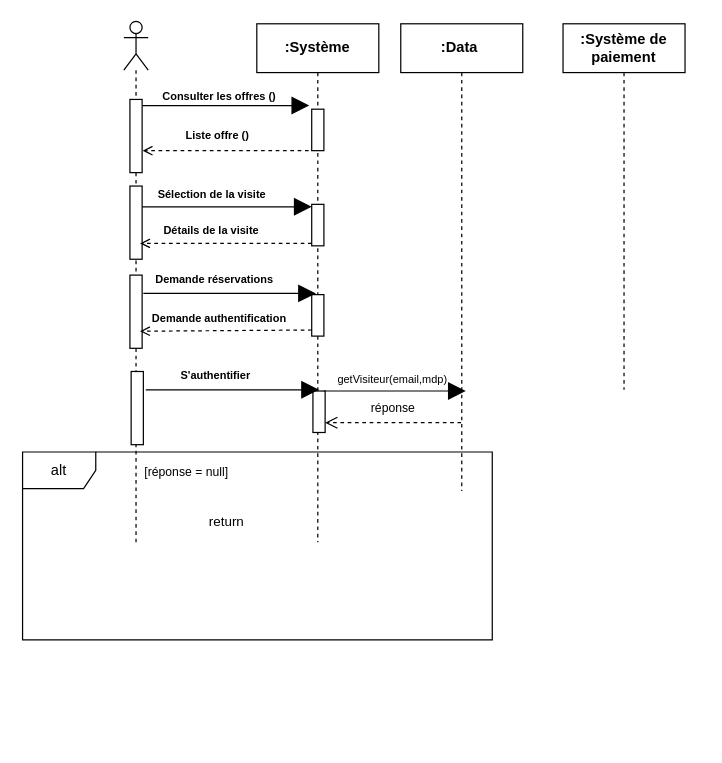
Above: Diagramme sans nom.drawio in louis-fresnel99/TpGasaL1 (draw.io), before the change. Source tidied: cells renumbered, new cells numbered last; positions are measured from the earlier drawing's top-left corner, leaving out a move shared by most shapes. Both pictures are drawn from the tidied source at 122%, with x=0, y=0 at pixel (22, 21).
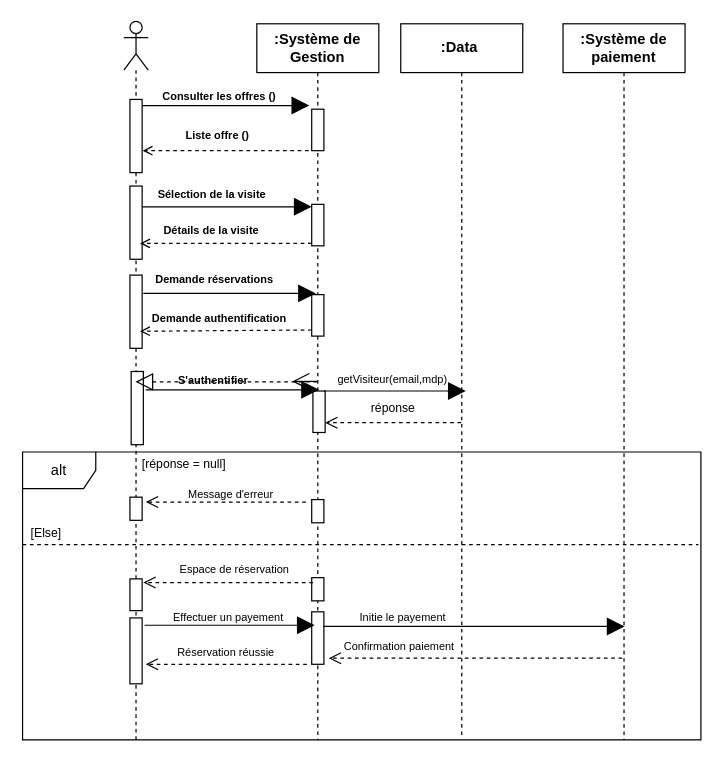
The same diagram, later.

Commit message (it also covers changes not shown here):
Mettre à jour Diagramme sans nom.drawio

What changed in the source:
```diff
@@
     <mxCell id="2" value="alt" style="shape=umlFrame;whiteSpace=wrap;html=1;labelBorderColor=none;fillColor=light-dark(#FFFFFF,#FFFFFF);fontColor=light-dark(#000000,#000000);strokeColor=light-dark(#000000,#000000);" parent="1" vertex="1">
-      <mxGeometry y="353" width="385" height="154" as="geometry" />
+      <mxGeometry y="353" width="556" height="236" as="geometry" />
     </mxCell>
-    <mxCell id="3" value="&lt;b&gt;:Système&lt;/b&gt;" style="shape=umlLifeline;perimeter=lifelinePerimeter;whiteSpace=wrap;html=1;outlineConnect=0;portConstraint=eastwest;newEdgeStyle={&quot;edgeStyle&quot;:&quot;elbowEdgeStyle&quot;,&quot;elbow&quot;:&quot;vertical&quot;,&quot;curved&quot;:0,&quot;rounded&quot;:0};fillColor=light-dark(#FFFFFF, #ffffff);strokeColor=light-dark(#000000,#000000);labelBackgroundColor=none;fontColor=light-dark(#000000,#000000);" parent="1" vertex="1">
-      <mxGeometry x="192" y="2" width="100" height="425" as="geometry" />
+    <mxCell id="3" value="&lt;b&gt;:Système de Gestion&lt;/b&gt;" style="shape=umlLifeline;perimeter=lifelinePerimeter;whiteSpace=wrap;html=1;outlineConnect=0;portConstraint=eastwest;newEdgeStyle={&quot;edgeStyle&quot;:&quot;elbowEdgeStyle&quot;,&quot;elbow&quot;:&quot;vertical&quot;,&quot;curved&quot;:0,&quot;rounded&quot;:0};fillColor=light-dark(#FFFFFF, #ffffff);strokeColor=light-dark(#000000,#000000);labelBackgroundColor=none;fontColor=light-dark(#000000,#000000);" parent="1" vertex="1">
+      <mxGeometry x="192" y="2" width="100" height="587" as="geometry" />
     </mxCell>
@@
+    <mxCell id="35" style="html=1;perimeter=orthogonalPerimeter;targetShapes=umlLifeline;newEdgeStyle={&quot;curved&quot;:0,&quot;rounded&quot;:0};fillColor=light-dark(#FFFFFF,#FFFFFF);strokeColor=light-dark(#000000,#000000);" parent="3" vertex="1">
+      <mxGeometry x="45" y="390" width="10" height="19" as="geometry" />
+    </mxCell>
+    <mxCell id="36" style="html=1;perimeter=orthogonalPerimeter;targetShapes=umlLifeline;newEdgeStyle={&quot;curved&quot;:0,&quot;rounded&quot;:0};fillColor=light-dark(#FFFFFF,#FFFFFF);strokeColor=light-dark(#000000,#000000);" parent="3" vertex="1">
+      <mxGeometry x="45" y="454" width="10" height="19" as="geometry" />
+    </mxCell>
+    <mxCell id="37" style="html=1;perimeter=orthogonalPerimeter;targetShapes=umlLifeline;newEdgeStyle={&quot;curved&quot;:0,&quot;rounded&quot;:0};fillColor=light-dark(#FFFFFF,#FFFFFF);strokeColor=light-dark(#000000,#000000);" parent="3" vertex="1">
+      <mxGeometry x="45" y="482" width="10" height="43" as="geometry" />
+    </mxCell>
     <mxCell id="7" style="shape=umlLifeline;perimeter=lifelinePerimeter;whiteSpace=wrap;html=1;outlineConnect=0;portConstraint=eastwest;newEdgeStyle={&quot;curved&quot;:0,&quot;rounded&quot;:0};participant=umlActor;fillColor=light-dark(#FFFFFF,#000000);strokeColor=light-dark(#000000,#000000);" parent="1" vertex="1">
-      <mxGeometry x="83" width="20" height="428" as="geometry" />
+      <mxGeometry x="83" width="20" height="590" as="geometry" />
     </mxCell>
@@
+    <mxCell id="38" style="html=1;perimeter=orthogonalPerimeter;targetShapes=umlLifeline;newEdgeStyle={&quot;curved&quot;:0,&quot;rounded&quot;:0};fillColor=light-dark(#FFFFFF,#FFFFFF);strokeColor=light-dark(#000000,#000000);" parent="7" vertex="1">
+      <mxGeometry x="5" y="390" width="10" height="19" as="geometry" />
+    </mxCell>
+    <mxCell id="39" style="html=1;perimeter=orthogonalPerimeter;targetShapes=umlLifeline;newEdgeStyle={&quot;curved&quot;:0,&quot;rounded&quot;:0};fillColor=light-dark(#FFFFFF,#FFFFFF);strokeColor=light-dark(#000000,#000000);" parent="7" vertex="1">
+      <mxGeometry x="5" y="457" width="10" height="26" as="geometry" />
+    </mxCell>
+    <mxCell id="40" style="html=1;perimeter=orthogonalPerimeter;targetShapes=umlLifeline;newEdgeStyle={&quot;curved&quot;:0,&quot;rounded&quot;:0};fillColor=light-dark(#FFFFFF,#FFFFFF);strokeColor=light-dark(#000000,#000000);" parent="7" vertex="1">
+      <mxGeometry x="5" y="489" width="10" height="54" as="geometry" />
+    </mxCell>
@@
     <mxCell id="12" value="&lt;b&gt;:Data&amp;nbsp;&lt;/b&gt;" style="shape=umlLifeline;perimeter=lifelinePerimeter;whiteSpace=wrap;html=1;outlineConnect=0;portConstraint=eastwest;newEdgeStyle={&quot;curved&quot;:0,&quot;rounded&quot;:0};fillColor=light-dark(#FFFFFF,#FFFFFF);fontColor=light-dark(#000000,#000000);strokeColor=light-dark(#000000,#000000);" parent="1" vertex="1">
-      <mxGeometry x="310" y="2" width="100" height="383" as="geometry" />
+      <mxGeometry x="310" y="2" width="100" height="586" as="geometry" />
     </mxCell>
     <mxCell id="13" value="&lt;b&gt;:Système de paiement&lt;/b&gt;" style="shape=umlLifeline;perimeter=lifelinePerimeter;whiteSpace=wrap;html=1;newEdgeStyle={&quot;curved&quot;:0,&quot;rounded&quot;:0};fillColor=light-dark(#FFFFFF,#FFFFFF);fontColor=light-dark(#000000,#000000);strokeColor=light-dark(#000000,#000000);" parent="1" vertex="1">
-      <mxGeometry x="443" y="2" width="100" height="300" as="geometry" />
+      <mxGeometry x="443" y="2" width="100" height="587" as="geometry" />
     </mxCell>
@@
-    <mxCell id="28" value="&lt;font style=&quot;color: light-dark(rgb(0, 0, 0), rgb(0, 0, 0)); font-size: 9px;&quot;&gt;&lt;b style=&quot;&quot;&gt;S'authentifier&lt;/b&gt;&lt;/font&gt;" style="text;html=1;align=center;verticalAlign=middle;whiteSpace=wrap;rounded=0;" parent="1" vertex="1">
-      <mxGeometry x="94.3" y="281" width="129" height="18" as="geometry" />
-    </mxCell>
@@
     <mxCell id="33" value="&lt;font style=&quot;color: light-dark(rgb(0, 0, 0), rgb(0, 0, 0)); font-size: 10px;&quot;&gt;[réponse = null]&amp;nbsp;&lt;/font&gt;" style="text;html=1;align=center;verticalAlign=middle;whiteSpace=wrap;rounded=0;" parent="1" vertex="1">
-      <mxGeometry x="75" y="354" width="122" height="30" as="geometry" />
+      <mxGeometry x="73" y="348" width="122" height="30" as="geometry" />
     </mxCell>
-    <mxCell id="34" value="&lt;font style=&quot;background-color: light-dark(rgb(255, 255, 255), rgb(255, 255, 255));&quot;&gt;return&lt;/font&gt;" style="html=1;verticalAlign=bottom;endArrow=open;dashed=1;endSize=8;curved=0;rounded=0;strokeColor=light-dark(#FFFFFF,#FFFFFF);" parent="1" edge="1">
-      <mxGeometry x="0.01" y="28" relative="1" as="geometry">
-        <mxPoint x="241.5" y="391" as="sourcePoint" />
-        <mxPoint x="93.3" y="391" as="targetPoint" />
-      </mxGeometry>
-    </mxCell>
+    <mxCell id="41" style="endArrow=block;dashed=1;endFill=0;endSize=12;html=1;rounded=0;" parent="1" edge="1" source="3" target="7">
+      <mxGeometry relative="1" as="geometry" />
+    </mxCell>
+    <mxCell id="42" style="endArrow=open;endFill=1;endSize=12;html=1;rounded=0;" parent="1" edge="1" source="28" target="7">
+      <mxGeometry relative="1" as="geometry" />
+    </mxCell>
+    <mxCell id="43" style="html=1;verticalAlign=bottom;endArrow=open;dashed=1;endSize=8;curved=0;rounded=0;strokeColor=light-dark(#000000,#000000);" parent="1" edge="1">
+      <mxGeometry relative="1" as="geometry">
+        <mxPoint x="232.2" y="394" as="sourcePoint" />
+        <mxPoint x="101" y="394" as="targetPoint" />
+      </mxGeometry>
+    </mxCell>
+    <mxCell id="44" value="&lt;font style=&quot;color: light-dark(rgb(0, 0, 0), rgb(0, 0, 0)); font-size: 9px;&quot;&gt;Message d'erreur&lt;/font&gt;" style="text;html=1;align=center;verticalAlign=middle;whiteSpace=wrap;rounded=0;" parent="1" vertex="1">
+      <mxGeometry x="134" y="378" width="74" height="17" as="geometry" />
+    </mxCell>
+    <mxCell id="45" style="line;strokeWidth=1;fillColor=none;align=left;verticalAlign=middle;spacingTop=-1;spacingLeft=3;spacingRight=3;labelPosition=right;strokeColor=light-dark(#000000,#000000);dashed=1;" parent="1" vertex="1">
+      <mxGeometry y="425" width="554" height="8" as="geometry" />
+    </mxCell>
+    <mxCell id="46" value="&lt;font style=&quot;color: light-dark(rgb(0, 0, 0), rgb(0, 0, 0)); font-size: 10px;&quot;&gt;[Else]&amp;nbsp;&lt;/font&gt;" style="text;html=1;align=center;verticalAlign=middle;whiteSpace=wrap;rounded=0;" parent="1" vertex="1">
+      <mxGeometry x="-1" y="409" width="44" height="19" as="geometry" />
+    </mxCell>
+    <mxCell id="47" style="html=1;verticalAlign=bottom;endArrow=open;dashed=1;endSize=8;curved=0;rounded=0;strokeColor=light-dark(#000000,#000000);" parent="1" edge="1">
+      <mxGeometry relative="1" as="geometry">
+        <mxPoint x="238" y="460" as="sourcePoint" />
+        <mxPoint x="99" y="460" as="targetPoint" />
+      </mxGeometry>
+    </mxCell>
+    <mxCell id="48" value="&lt;font style=&quot;color: light-dark(rgb(0, 0, 0), rgb(0, 0, 0)); font-size: 9px;&quot;&gt;Espace de réservation&lt;/font&gt;" style="text;html=1;align=center;verticalAlign=middle;whiteSpace=wrap;rounded=0;" parent="1" vertex="1">
+      <mxGeometry x="126.6" y="440" width="94.4" height="17" as="geometry" />
+    </mxCell>
+    <mxCell id="49" style="endArrow=block;endFill=1;endSize=12;html=1;rounded=0;strokeColor=light-dark(#000000,#000000);" parent="1" edge="1">
+      <mxGeometry relative="1" as="geometry">
+        <mxPoint x="100" y="495" as="sourcePoint" />
+        <mxPoint x="239.5" y="495" as="targetPoint" />
+      </mxGeometry>
+    </mxCell>
+    <mxCell id="50" style="endArrow=open;endFill=1;endSize=12;html=1;rounded=0;" parent="1" edge="1" source="3" target="28">
+      <mxGeometry relative="1" as="geometry" />
+    </mxCell>
+    <mxCell id="28" value="&lt;font style=&quot;color: light-dark(rgb(0, 0, 0), rgb(0, 0, 0)); font-size: 9px;&quot;&gt;&lt;b style=&quot;&quot;&gt;S'authentifier&lt;/b&gt;&lt;/font&gt;" style="text;html=1;align=center;verticalAlign=middle;whiteSpace=wrap;rounded=0;" parent="1" vertex="1">
+      <mxGeometry x="92" y="285" width="129" height="18" as="geometry" />
+    </mxCell>
+    <mxCell id="51" value="&lt;font style=&quot;color: light-dark(rgb(0, 0, 0), rgb(0, 0, 0)); font-size: 9px;&quot;&gt;Effectuer un payement&lt;/font&gt;" style="text;html=1;align=center;verticalAlign=middle;whiteSpace=wrap;rounded=0;" parent="1" vertex="1">
+      <mxGeometry x="121.6" y="479" width="94.4" height="17" as="geometry" />
+    </mxCell>
+    <mxCell id="52" style="endArrow=block;endFill=1;endSize=12;html=1;rounded=0;strokeColor=light-dark(#000000,#000000);" parent="1" edge="1">
+      <mxGeometry relative="1" as="geometry">
+        <mxPoint x="246.5" y="496" as="sourcePoint" />
+        <mxPoint x="493.5" y="496" as="targetPoint" />
+      </mxGeometry>
+    </mxCell>
+    <mxCell id="53" value="&lt;font style=&quot;color: light-dark(rgb(0, 0, 0), rgb(0, 0, 0)); font-size: 9px;&quot;&gt;Initie le payement&lt;/font&gt;" style="text;html=1;align=center;verticalAlign=middle;whiteSpace=wrap;rounded=0;" parent="1" vertex="1">
+      <mxGeometry x="265" y="479" width="94.4" height="17" as="geometry" />
+    </mxCell>
+    <mxCell id="54" style="html=1;verticalAlign=bottom;endArrow=open;dashed=1;endSize=8;curved=0;rounded=0;strokeColor=light-dark(#000000,#000000);" parent="1" edge="1">
+      <mxGeometry relative="1" as="geometry">
+        <mxPoint x="491.5" y="522" as="sourcePoint" />
+        <mxPoint x="251" y="522" as="targetPoint" />
+      </mxGeometry>
+    </mxCell>
+    <mxCell id="55" value="&lt;font style=&quot;color: light-dark(rgb(0, 0, 0), rgb(0, 0, 0)); font-size: 9px;&quot;&gt;Confirmation paiement&lt;/font&gt;" style="text;html=1;align=center;verticalAlign=middle;whiteSpace=wrap;rounded=0;" parent="1" vertex="1">
+      <mxGeometry x="262" y="503" width="94.4" height="17" as="geometry" />
+    </mxCell>
+    <mxCell id="56" style="html=1;verticalAlign=bottom;endArrow=open;dashed=1;endSize=8;curved=0;rounded=0;strokeColor=light-dark(#000000,#000000);" parent="1" edge="1">
+      <mxGeometry relative="1" as="geometry">
+        <mxPoint x="233" y="527" as="sourcePoint" />
+        <mxPoint x="101" y="527" as="targetPoint" />
+      </mxGeometry>
+    </mxCell>
+    <mxCell id="57" value="&lt;font style=&quot;color: light-dark(rgb(0, 0, 0), rgb(0, 0, 0)); font-size: 9px;&quot;&gt;Réservation réussie&lt;/font&gt;" style="text;html=1;align=center;verticalAlign=middle;whiteSpace=wrap;rounded=0;" parent="1" vertex="1">
+      <mxGeometry x="119.9" y="508" width="94.4" height="17" as="geometry" />
+    </mxCell>
```
